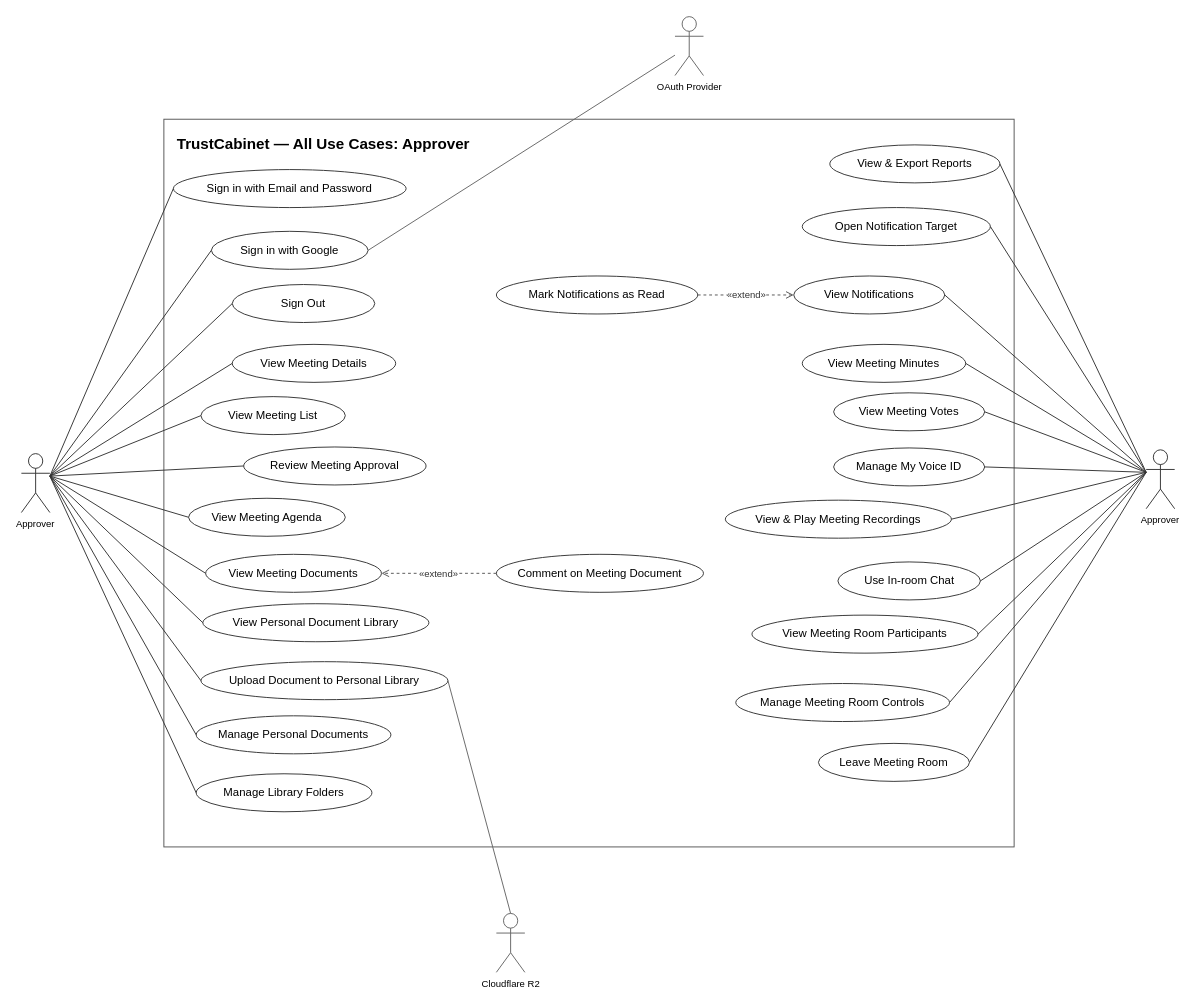
This is page "Approver" (3 of 7) of docs/14-uc-diagram/trustcabinet-use-cases.drawio from callmehai/FU-FA26-G116, a draw.io file, before an edit. Source tidied: cells renumbered, new cells numbered last; positions are measured from the earlier drawing's top-left corner, leaving out a move shared by most shapes. Both pictures are drawn from the tidied source at 95%, with x=0, y=0 at pixel (21, 16).
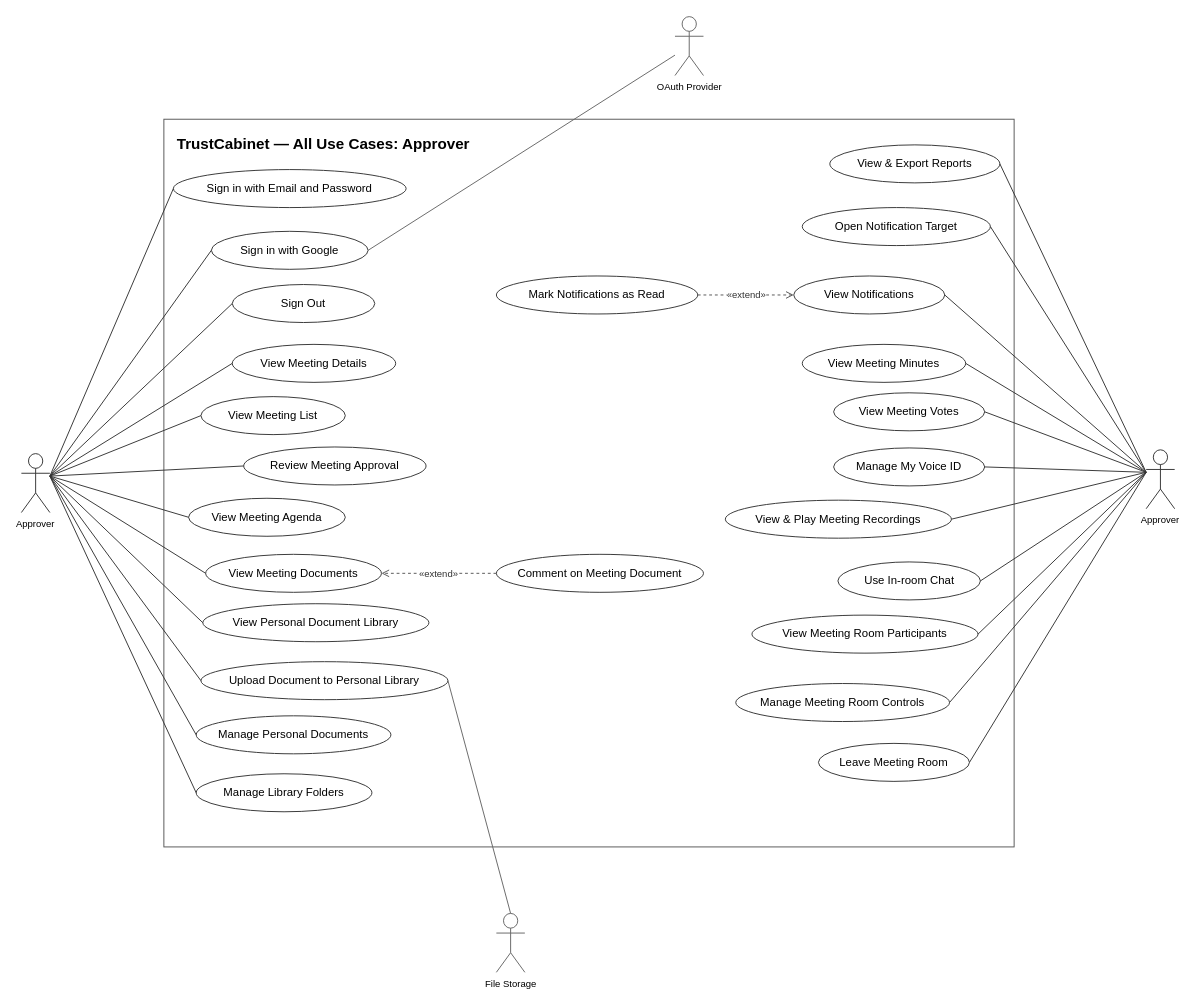
The same page after the edit.

Commit message (it also covers changes not shown here):
[Docs] UC diagram: actor Cloudflare R2 → File Storage theo PR #529 / ADR-0084 (giữ id cloudflare-r2), xuất lại 6 ảnh, thay ảnh Report 3 §4.3, README

The edit, as a diff of the source:
```diff
@@
-    <mxCell id="31" value="Cloudflare R2" style="shape=umlActor;verticalLabelPosition=bottom;verticalAlign=top;html=1;outlineConnect=0;fillColor=#ffffff;strokeColor=#666666;fontSize=10;" parent="1" vertex="1">
+    <mxCell id="31" value="File Storage" style="shape=umlActor;verticalLabelPosition=bottom;verticalAlign=top;html=1;outlineConnect=0;fillColor=#ffffff;strokeColor=#666666;fontSize=10;" parent="1" vertex="1">
       <mxGeometry x="500" y="944" width="30" height="62" as="geometry" />
     </mxCell>
```
